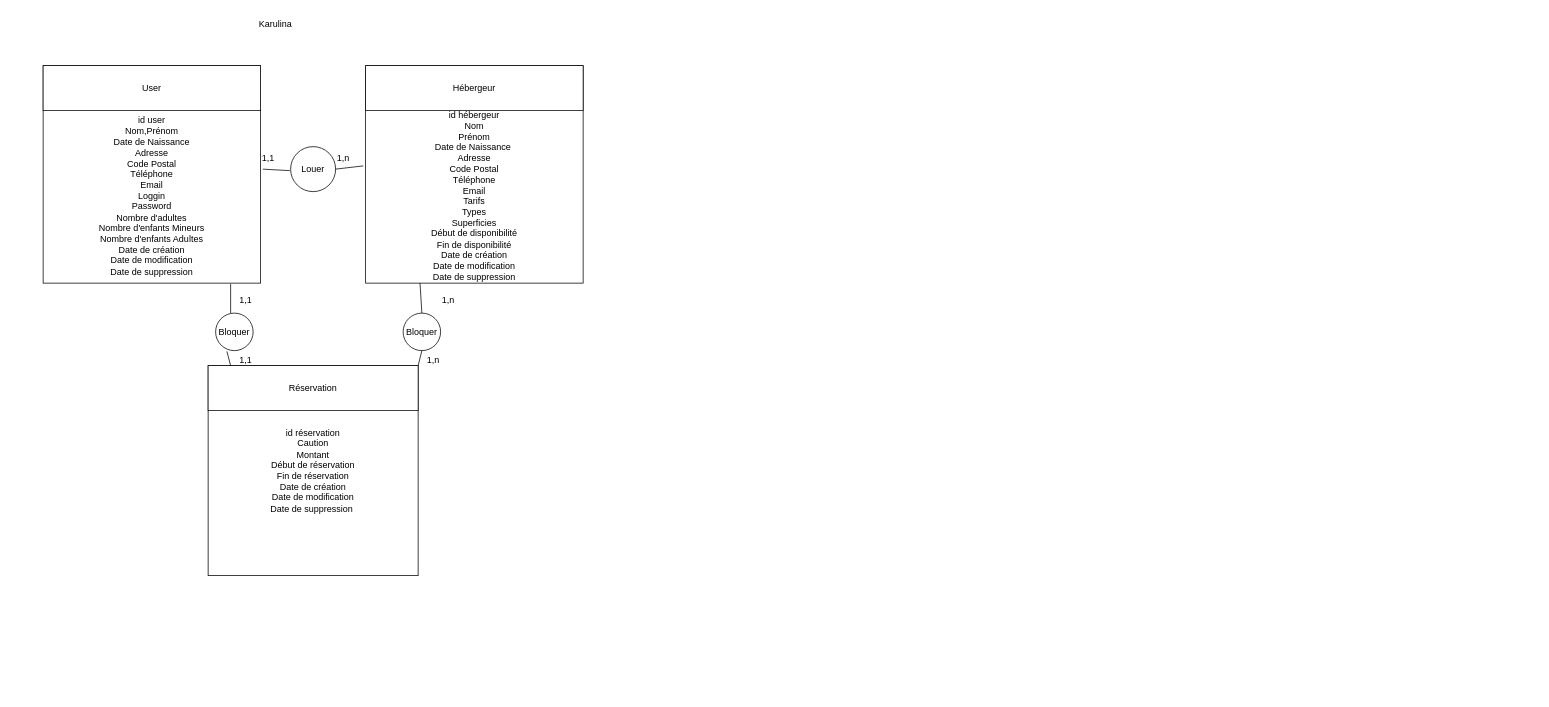
Above: Karulina.drawio in SAKYO17/fantastic-guacamole (draw.io), before the change. Source tidied: cells renumbered, new cells numbered last; positions are measured from the earlier drawing's top-left corner, leaving out a move shared by most shapes. Both pictures are drawn from the tidied source at 75%, with x=0, y=0 at pixel (43, 13).
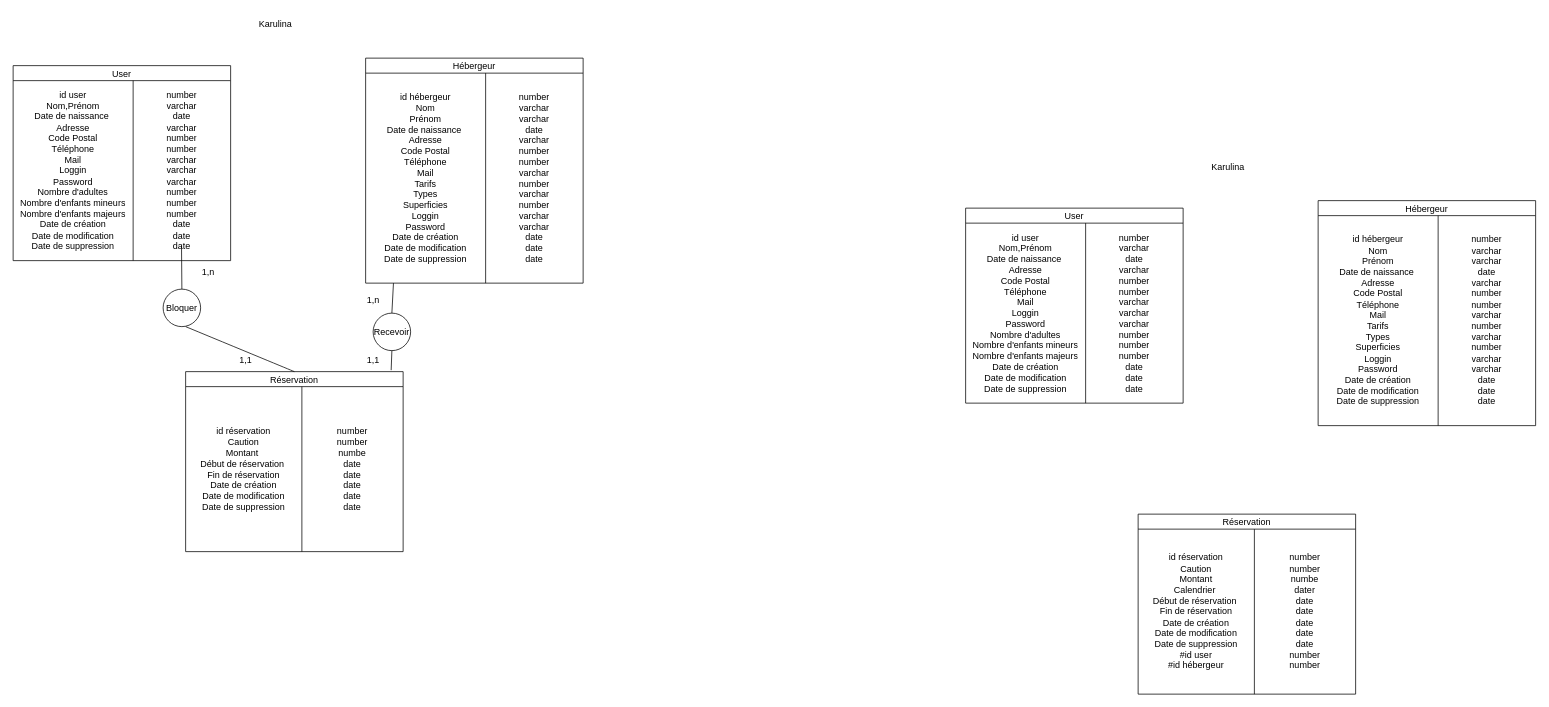
Above is the later version.

Commit message:
Mettre à jour Karulina.drawio

What changed in the source:
```diff
@@
-    <mxCell id="2" value="&lt;div&gt;&lt;br&gt;&lt;/div&gt;&lt;div&gt;&lt;br&gt;&lt;/div&gt;&lt;div&gt;&lt;br&gt;&lt;/div&gt;&lt;div&gt;&lt;br&gt;&lt;/div&gt;id user&lt;div&gt;Nom,Prénom&lt;/div&gt;&lt;div&gt;Date de Naissance&lt;/div&gt;&lt;div&gt;Adresse&lt;/div&gt;&lt;div&gt;Code Postal&lt;/div&gt;&lt;div&gt;Téléphone&lt;/div&gt;&lt;div&gt;Email&lt;/div&gt;&lt;div&gt;Loggin&lt;/div&gt;&lt;div&gt;Password&lt;/div&gt;&lt;div&gt;Nombre d'adultes&lt;/div&gt;&lt;div&gt;Nombre d'enfants Mineurs&lt;/div&gt;&lt;div&gt;Nombre d'enfants Adultes&lt;/div&gt;&lt;div&gt;Date de création&lt;/div&gt;&lt;div&gt;Date de modification&lt;/div&gt;&lt;div&gt;Date de suppression&lt;/div&gt;" style="whiteSpace=wrap;html=1;" parent="1" vertex="1">
-      <mxGeometry y="70" width="290" height="290" as="geometry" />
-    </mxCell>
-    <mxCell id="3" value="User" style="rounded=0;whiteSpace=wrap;html=1;" parent="1" vertex="1">
-      <mxGeometry y="70" width="290" height="60" as="geometry" />
-    </mxCell>
-    <mxCell id="4" value="&lt;div&gt;&lt;br&gt;&lt;/div&gt;&lt;div&gt;&lt;br&gt;&lt;/div&gt;&lt;div&gt;&lt;br&gt;&lt;/div&gt;&lt;div&gt;&lt;br&gt;&lt;/div&gt;id hébergeur&lt;div&gt;Nom&lt;/div&gt;&lt;div&gt;Prénom&lt;/div&gt;&lt;div&gt;Date de Naissance&amp;nbsp;&lt;/div&gt;&lt;div&gt;Adresse&lt;/div&gt;&lt;div&gt;Code Postal&lt;/div&gt;&lt;div&gt;Téléphone&lt;/div&gt;&lt;div&gt;Email&lt;/div&gt;&lt;div&gt;Tarifs&lt;/div&gt;&lt;div&gt;Types&lt;br&gt;&lt;/div&gt;&lt;div&gt;Superficies&lt;/div&gt;&lt;div&gt;Début de disponibilité&lt;/div&gt;&lt;div&gt;Fin de disponibilité&lt;/div&gt;&lt;div&gt;Date de création&lt;/div&gt;&lt;div&gt;Date de modification&lt;/div&gt;&lt;div&gt;Date de suppression&lt;/div&gt;" style="whiteSpace=wrap;html=1;" parent="1" vertex="1">
-      <mxGeometry x="430" y="70" width="290" height="290" as="geometry" />
-    </mxCell>
-    <mxCell id="5" value="Hébergeur" style="rounded=0;whiteSpace=wrap;html=1;" parent="1" vertex="1">
-      <mxGeometry x="430" y="70" width="290" height="60" as="geometry" />
-    </mxCell>
-    <mxCell id="6" value="id réservation&lt;div&gt;Caution&lt;/div&gt;&lt;div&gt;Montant&lt;/div&gt;&lt;div&gt;Début de réservation&lt;/div&gt;&lt;div&gt;Fin de réservation&lt;/div&gt;&lt;div&gt;Date de création&lt;/div&gt;&lt;div&gt;Date de modification&lt;/div&gt;&lt;div&gt;Date de suppression&amp;nbsp;&lt;/div&gt;" style="whiteSpace=wrap;html=1;" parent="1" vertex="1">
-      <mxGeometry x="220" y="470" width="280" height="280" as="geometry" />
-    </mxCell>
-    <mxCell id="7" value="Réservation" style="rounded=0;whiteSpace=wrap;html=1;" parent="1" vertex="1">
-      <mxGeometry x="220" y="470" width="280" height="60" as="geometry" />
-    </mxCell>
@@
-    <mxCell id="9" value="Louer" style="ellipse;whiteSpace=wrap;html=1;" parent="1" vertex="1">
-      <mxGeometry x="330" y="178" width="60" height="60" as="geometry" />
-    </mxCell>
-    <mxCell id="10" style="endArrow=none;html=1;rounded=0;entryX=-0.011;entryY=0.461;entryDx=0;entryDy=0;entryPerimeter=0;exitX=1;exitY=0.5;exitDx=0;exitDy=0;" parent="1" edge="1" source="9" target="4">
-      <mxGeometry relative="1" as="geometry" />
-    </mxCell>
-    <mxCell id="11" style="endArrow=none;html=1;rounded=0;exitX=1.01;exitY=0.476;exitDx=0;exitDy=0;exitPerimeter=0;" parent="1" edge="1" source="2">
-      <mxGeometry relative="1" as="geometry">
-        <mxPoint x="329" y="210" as="targetPoint" />
-      </mxGeometry>
-    </mxCell>
-    <mxCell id="12" value="1,1" style="text;html=1;align=center;verticalAlign=middle;strokeColor=none;fillColor=none;" parent="1" vertex="1">
-      <mxGeometry x="280" y="178" width="40" height="30" as="geometry" />
-    </mxCell>
-    <mxCell id="13" value="1,n" style="text;html=1;align=center;verticalAlign=middle;strokeColor=none;fillColor=none;" parent="1" vertex="1">
-      <mxGeometry x="380" y="178" width="40" height="30" as="geometry" />
-    </mxCell>
     <mxCell id="14" value="Bloquer" style="ellipse;whiteSpace=wrap;html=1;" parent="1" vertex="1">
-      <mxGeometry x="230" y="400" width="50" height="50" as="geometry" />
+      <mxGeometry x="160" y="368" width="50" height="50" as="geometry" />
     </mxCell>
-    <mxCell id="15" value="Bloquer" style="ellipse;whiteSpace=wrap;html=1;" parent="1" vertex="1">
-      <mxGeometry x="480" y="400" width="50" height="50" as="geometry" />
+    <mxCell id="15" value="Recevoir" style="ellipse;whiteSpace=wrap;html=1;" parent="1" vertex="1">
+      <mxGeometry x="440" y="400" width="50" height="50" as="geometry" />
     </mxCell>
-    <mxCell id="16" style="endArrow=none;html=1;rounded=0;entryX=0.5;entryY=1;entryDx=0;entryDy=0;" parent="1" edge="1" target="15">
-      <mxGeometry relative="1" as="geometry">
-        <mxPoint x="500" y="470" as="sourcePoint" />
-      </mxGeometry>
+    <mxCell id="16" style="endArrow=none;html=1;rounded=0;entryX=0.5;entryY=1;entryDx=0;entryDy=0;exitX=0.945;exitY=-0.008;exitDx=0;exitDy=0;exitPerimeter=0;" parent="1" edge="1" source="32" target="15">
+      <mxGeometry relative="1" as="geometry" />
     </mxCell>
-    <mxCell id="17" style="endArrow=none;html=1;rounded=0;entryX=0.3;entryY=1.02;entryDx=0;entryDy=0;entryPerimeter=0;" parent="1" edge="1" target="14">
-      <mxGeometry relative="1" as="geometry">
-        <mxPoint x="250" y="470" as="sourcePoint" />
-      </mxGeometry>
-    </mxCell>
-    <mxCell id="18" style="endArrow=none;html=1;rounded=0;entryX=0.25;entryY=1;entryDx=0;entryDy=0;exitX=0.5;exitY=0;exitDx=0;exitDy=0;" parent="1" edge="1" source="15" target="4">
+    <mxCell id="18" style="endArrow=none;html=1;rounded=0;exitX=0.5;exitY=0;exitDx=0;exitDy=0;entryX=0.128;entryY=1;entryDx=0;entryDy=0;entryPerimeter=0;" parent="1" edge="1" source="15" target="29">
       <mxGeometry relative="1" as="geometry" />
     </mxCell>
-    <mxCell id="19" style="endArrow=none;html=1;rounded=0;" parent="1" edge="1">
+    <mxCell id="19" style="endArrow=none;html=1;rounded=0;exitX=0.5;exitY=0;exitDx=0;exitDy=0;" parent="1" edge="1" source="14">
       <mxGeometry relative="1" as="geometry">
-        <mxPoint x="250" y="400" as="sourcePoint" />
-        <mxPoint x="250" y="361" as="targetPoint" />
+        <mxPoint x="184.5" y="310" as="targetPoint" />
       </mxGeometry>
     </mxCell>
-    <mxCell id="20" value="1,1" style="text;html=1;align=center;verticalAlign=middle;strokeColor=none;fillColor=none;" parent="1" vertex="1">
-      <mxGeometry x="250" y="368" width="40" height="30" as="geometry" />
+    <mxCell id="20" value="1,n" style="text;html=1;align=center;verticalAlign=middle;strokeColor=none;fillColor=none;" parent="1" vertex="1">
+      <mxGeometry x="200" y="330" width="40" height="30" as="geometry" />
     </mxCell>
     <mxCell id="21" value="1,n" style="text;html=1;align=center;verticalAlign=middle;strokeColor=none;fillColor=none;" parent="1" vertex="1">
-      <mxGeometry x="520" y="368" width="40" height="30" as="geometry" />
+      <mxGeometry x="420" y="368" width="40" height="30" as="geometry" />
     </mxCell>
@@
-    <mxCell id="23" value="1,n" style="text;html=1;align=center;verticalAlign=middle;strokeColor=none;fillColor=none;" parent="1" vertex="1">
-      <mxGeometry x="500" y="448" width="40" height="30" as="geometry" />
+    <mxCell id="23" value="1,1" style="text;html=1;align=center;verticalAlign=middle;strokeColor=none;fillColor=none;" parent="1" vertex="1">
+      <mxGeometry x="420" y="448" width="40" height="30" as="geometry" />
     </mxCell>
+    <mxCell id="24" value="User" style="shape=table;startSize=20;childLayout=tableLayout;" parent="1" vertex="1">
+      <mxGeometry x="-40" y="70" width="290" height="260" as="geometry" />
+    </mxCell>
+    <mxCell id="25" style="shape=tableRow;horizontal=0;startSize=0;swimlaneHead=0;swimlaneBody=0;strokeColor=inherit;top=0;left=0;bottom=0;right=0;fillColor=none;" parent="24" vertex="1">
+      <mxGeometry y="20" width="290" height="240" as="geometry" />
+    </mxCell>
+    <mxCell id="26" value="id user&lt;div&gt;Nom,Prénom&lt;/div&gt;&lt;div&gt;Date de naissance&amp;nbsp;&lt;/div&gt;&lt;div&gt;Adresse&lt;/div&gt;&lt;div&gt;Code Postal&lt;/div&gt;&lt;div&gt;Téléphone&lt;/div&gt;&lt;div&gt;Mail&lt;/div&gt;&lt;div&gt;Loggin&lt;/div&gt;&lt;div&gt;Password&lt;/div&gt;&lt;div&gt;Nombre d'adultes&lt;/div&gt;&lt;div&gt;Nombre d'enfants mineurs&lt;/div&gt;&lt;div&gt;Nombre d'enfants majeurs&lt;/div&gt;&lt;div&gt;Date de création&lt;/div&gt;&lt;div&gt;Date de modification&lt;/div&gt;&lt;div&gt;Date de suppression&lt;/div&gt;" style="shape=partialRectangle;html=1;whiteSpace=wrap;strokeColor=inherit;overflow=hidden;fillColor=none;top=0;left=0;bottom=0;right=0;" parent="25" vertex="1">
+      <mxGeometry width="160" height="240" as="geometry" />
+    </mxCell>
+    <mxCell id="27" value="number&lt;br&gt;&lt;div&gt;varchar&lt;/div&gt;&lt;div&gt;date&lt;/div&gt;&lt;div&gt;varchar&lt;/div&gt;&lt;div&gt;number&lt;/div&gt;&lt;div&gt;number&lt;/div&gt;&lt;div&gt;varchar&lt;/div&gt;&lt;div&gt;varchar&lt;/div&gt;&lt;div&gt;varchar&lt;/div&gt;&lt;div&gt;number&lt;/div&gt;&lt;div&gt;number&lt;/div&gt;&lt;div&gt;number&lt;/div&gt;&lt;div&gt;date&lt;/div&gt;&lt;div&gt;date&lt;/div&gt;&lt;div&gt;date&lt;/div&gt;" style="shape=partialRectangle;html=1;whiteSpace=wrap;strokeColor=inherit;overflow=hidden;fillColor=none;top=0;left=0;bottom=0;right=0;" parent="25" vertex="1">
+      <mxGeometry x="160" width="130" height="240" as="geometry" />
+    </mxCell>
+    <mxCell id="28" value="Hébergeur" style="shape=table;startSize=20;childLayout=tableLayout;" parent="1" vertex="1">
+      <mxGeometry x="430" y="60" width="290" height="300" as="geometry" />
+    </mxCell>
+    <mxCell id="29" style="shape=tableRow;horizontal=0;startSize=0;swimlaneHead=0;swimlaneBody=0;strokeColor=inherit;top=0;left=0;bottom=0;right=0;fillColor=none;points=[[0,0.5],[1,0.5]];portConstraint=eastwest;" parent="28" vertex="1">
+      <mxGeometry y="20" width="290" height="280" as="geometry" />
+    </mxCell>
+    <mxCell id="30" value="id hébergeur&lt;div&gt;Nom&lt;/div&gt;&lt;div&gt;Prénom&lt;/div&gt;&lt;div&gt;Date de naissance&amp;nbsp;&lt;/div&gt;&lt;div&gt;Adresse&lt;/div&gt;&lt;div&gt;Code Postal&lt;/div&gt;&lt;div&gt;Téléphone&lt;/div&gt;&lt;div&gt;Mail&lt;/div&gt;&lt;div&gt;Tarifs&lt;/div&gt;&lt;div&gt;Types&lt;/div&gt;&lt;div&gt;Superficies&lt;/div&gt;&lt;div&gt;Loggin&lt;/div&gt;&lt;div&gt;Password&lt;/div&gt;&lt;div&gt;Date de création&lt;/div&gt;&lt;div&gt;Date de modification&lt;/div&gt;&lt;div&gt;Date de suppression&lt;/div&gt;" style="shape=partialRectangle;html=1;whiteSpace=wrap;strokeColor=inherit;overflow=hidden;fillColor=none;top=0;left=0;bottom=0;right=0;" parent="29" vertex="1">
+      <mxGeometry width="160" height="280" as="geometry" />
+    </mxCell>
+    <mxCell id="31" value="number&lt;br&gt;&lt;div&gt;varchar&lt;/div&gt;&lt;div&gt;varchar&lt;/div&gt;&lt;div&gt;date&lt;/div&gt;&lt;div&gt;varchar&lt;/div&gt;&lt;div&gt;number&lt;/div&gt;&lt;div&gt;number&lt;/div&gt;&lt;div&gt;varchar&lt;/div&gt;&lt;div&gt;number&lt;/div&gt;&lt;div&gt;varchar&lt;/div&gt;&lt;div&gt;number&lt;/div&gt;&lt;div&gt;varchar&lt;/div&gt;&lt;div&gt;varchar&lt;/div&gt;&lt;div&gt;date&lt;/div&gt;&lt;div&gt;date&lt;/div&gt;&lt;div&gt;date&lt;/div&gt;" style="shape=partialRectangle;html=1;whiteSpace=wrap;strokeColor=inherit;overflow=hidden;fillColor=none;top=0;left=0;bottom=0;right=0;" parent="29" vertex="1">
+      <mxGeometry x="160" width="130" height="280" as="geometry" />
+    </mxCell>
+    <mxCell id="32" value="Réservation" style="shape=table;startSize=20;childLayout=tableLayout;" parent="1" vertex="1">
+      <mxGeometry x="190" y="478" width="290" height="240" as="geometry" />
+    </mxCell>
+    <mxCell id="33" style="shape=tableRow;horizontal=0;startSize=0;swimlaneHead=0;swimlaneBody=0;strokeColor=inherit;top=0;left=0;bottom=0;right=0;fillColor=none;" parent="32" vertex="1">
+      <mxGeometry y="20" width="290" height="220" as="geometry" />
+    </mxCell>
+    <mxCell id="6" value="id réservation&lt;div&gt;Caution&lt;/div&gt;&lt;div&gt;Montant&amp;nbsp;&lt;/div&gt;&lt;div&gt;Début de réservation&amp;nbsp;&lt;/div&gt;&lt;div&gt;Fin de réservation&lt;/div&gt;&lt;div&gt;Date de création&lt;/div&gt;&lt;div&gt;Date de modification&lt;/div&gt;&lt;div&gt;Date de suppression&lt;/div&gt;" style="shape=partialRectangle;html=1;whiteSpace=wrap;strokeColor=inherit;overflow=hidden;fillColor=none;top=0;left=0;bottom=0;right=0;" parent="33" vertex="1">
+      <mxGeometry width="155" height="220" as="geometry" />
+    </mxCell>
+    <mxCell id="34" value="number&lt;br&gt;&lt;div&gt;number&lt;/div&gt;&lt;div&gt;numbe&lt;/div&gt;&lt;div&gt;date&lt;/div&gt;&lt;div&gt;date&lt;/div&gt;&lt;div&gt;date&lt;/div&gt;&lt;div&gt;date&lt;/div&gt;&lt;div&gt;date&lt;/div&gt;" style="shape=partialRectangle;html=1;whiteSpace=wrap;strokeColor=inherit;overflow=hidden;fillColor=none;top=0;left=0;bottom=0;right=0;" parent="33" vertex="1">
+      <mxGeometry x="155" width="135" height="220" as="geometry" />
+    </mxCell>
+    <mxCell id="35" style="endArrow=none;html=1;rounded=0;fontSize=12;startSize=8;endSize=8;curved=1;exitX=0.5;exitY=0;exitDx=0;exitDy=0;" parent="1" edge="1" source="32">
+      <mxGeometry relative="1" as="geometry">
+        <mxPoint x="190" y="418" as="targetPoint" />
+      </mxGeometry>
+    </mxCell>
+    <mxCell id="36" value="Karulina" style="text;html=1;align=center;verticalAlign=middle;whiteSpace=wrap;rounded=0;" parent="1" vertex="1">
+      <mxGeometry x="1550" y="190" width="60" height="30" as="geometry" />
+    </mxCell>
+    <mxCell id="37" value="User" style="shape=table;startSize=20;childLayout=tableLayout;" parent="1" vertex="1">
+      <mxGeometry x="1230" y="260" width="290" height="260" as="geometry" />
+    </mxCell>
+    <mxCell id="38" style="shape=tableRow;horizontal=0;startSize=0;swimlaneHead=0;swimlaneBody=0;strokeColor=inherit;top=0;left=0;bottom=0;right=0;fillColor=none;" parent="37" vertex="1">
+      <mxGeometry y="20" width="290" height="240" as="geometry" />
+    </mxCell>
+    <mxCell id="39" value="id user&lt;div&gt;Nom,Prénom&lt;/div&gt;&lt;div&gt;Date de naissance&amp;nbsp;&lt;/div&gt;&lt;div&gt;Adresse&lt;/div&gt;&lt;div&gt;Code Postal&lt;/div&gt;&lt;div&gt;Téléphone&lt;/div&gt;&lt;div&gt;Mail&lt;/div&gt;&lt;div&gt;Loggin&lt;/div&gt;&lt;div&gt;Password&lt;/div&gt;&lt;div&gt;Nombre d'adultes&lt;/div&gt;&lt;div&gt;Nombre d'enfants mineurs&lt;/div&gt;&lt;div&gt;Nombre d'enfants majeurs&lt;/div&gt;&lt;div&gt;Date de création&lt;/div&gt;&lt;div&gt;Date de modification&lt;/div&gt;&lt;div&gt;Date de suppression&lt;/div&gt;" style="shape=partialRectangle;html=1;whiteSpace=wrap;strokeColor=inherit;overflow=hidden;fillColor=none;top=0;left=0;bottom=0;right=0;" parent="38" vertex="1">
+      <mxGeometry width="160" height="240" as="geometry" />
+    </mxCell>
+    <mxCell id="40" value="number&lt;br&gt;&lt;div&gt;varchar&lt;/div&gt;&lt;div&gt;date&lt;/div&gt;&lt;div&gt;varchar&lt;/div&gt;&lt;div&gt;number&lt;/div&gt;&lt;div&gt;number&lt;/div&gt;&lt;div&gt;varchar&lt;/div&gt;&lt;div&gt;varchar&lt;/div&gt;&lt;div&gt;varchar&lt;/div&gt;&lt;div&gt;number&lt;/div&gt;&lt;div&gt;number&lt;/div&gt;&lt;div&gt;number&lt;/div&gt;&lt;div&gt;date&lt;/div&gt;&lt;div&gt;date&lt;/div&gt;&lt;div&gt;date&lt;/div&gt;" style="shape=partialRectangle;html=1;whiteSpace=wrap;strokeColor=inherit;overflow=hidden;fillColor=none;top=0;left=0;bottom=0;right=0;" parent="38" vertex="1">
+      <mxGeometry x="160" width="130" height="240" as="geometry" />
+    </mxCell>
+    <mxCell id="41" value="Hébergeur" style="shape=table;startSize=20;childLayout=tableLayout;" parent="1" vertex="1">
+      <mxGeometry x="1700" y="250" width="290" height="300" as="geometry" />
+    </mxCell>
+    <mxCell id="42" style="shape=tableRow;horizontal=0;startSize=0;swimlaneHead=0;swimlaneBody=0;strokeColor=inherit;top=0;left=0;bottom=0;right=0;fillColor=none;" parent="41" vertex="1">
+      <mxGeometry y="20" width="290" height="280" as="geometry" />
+    </mxCell>
+    <mxCell id="43" value="id hébergeur&lt;div&gt;Nom&lt;/div&gt;&lt;div&gt;Prénom&lt;/div&gt;&lt;div&gt;Date de naissance&amp;nbsp;&lt;/div&gt;&lt;div&gt;Adresse&lt;/div&gt;&lt;div&gt;Code Postal&lt;/div&gt;&lt;div&gt;Téléphone&lt;/div&gt;&lt;div&gt;Mail&lt;/div&gt;&lt;div&gt;Tarifs&lt;/div&gt;&lt;div&gt;Types&lt;/div&gt;&lt;div&gt;Superficies&lt;/div&gt;&lt;div&gt;Loggin&lt;/div&gt;&lt;div&gt;Password&lt;/div&gt;&lt;div&gt;Date de création&lt;/div&gt;&lt;div&gt;Date de modification&lt;/div&gt;&lt;div&gt;Date de suppression&lt;/div&gt;" style="shape=partialRectangle;html=1;whiteSpace=wrap;strokeColor=inherit;overflow=hidden;fillColor=none;top=0;left=0;bottom=0;right=0;" parent="42" vertex="1">
+      <mxGeometry width="160" height="280" as="geometry" />
+    </mxCell>
+    <mxCell id="44" value="number&lt;br&gt;&lt;div&gt;varchar&lt;/div&gt;&lt;div&gt;varchar&lt;/div&gt;&lt;div&gt;date&lt;/div&gt;&lt;div&gt;varchar&lt;/div&gt;&lt;div&gt;number&lt;/div&gt;&lt;div&gt;number&lt;/div&gt;&lt;div&gt;varchar&lt;/div&gt;&lt;div&gt;number&lt;/div&gt;&lt;div&gt;varchar&lt;/div&gt;&lt;div&gt;number&lt;/div&gt;&lt;div&gt;varchar&lt;/div&gt;&lt;div&gt;varchar&lt;/div&gt;&lt;div&gt;date&lt;/div&gt;&lt;div&gt;date&lt;/div&gt;&lt;div&gt;date&lt;/div&gt;" style="shape=partialRectangle;html=1;whiteSpace=wrap;strokeColor=inherit;overflow=hidden;fillColor=none;top=0;left=0;bottom=0;right=0;" parent="42" vertex="1">
+      <mxGeometry x="160" width="130" height="280" as="geometry" />
+    </mxCell>
+    <mxCell id="45" value="Réservation" style="shape=table;startSize=20;childLayout=tableLayout;" parent="1" vertex="1">
+      <mxGeometry x="1460" y="668" width="290" height="240" as="geometry" />
+    </mxCell>
+    <mxCell id="46" style="shape=tableRow;horizontal=0;startSize=0;swimlaneHead=0;swimlaneBody=0;strokeColor=inherit;top=0;left=0;bottom=0;right=0;fillColor=none;" parent="45" vertex="1">
+      <mxGeometry y="20" width="290" height="220" as="geometry" />
+    </mxCell>
+    <mxCell id="47" value="id réservation&lt;div&gt;Caution&lt;/div&gt;&lt;div&gt;Montant&lt;/div&gt;&lt;div&gt;Calendrier&amp;nbsp;&lt;/div&gt;&lt;div&gt;Début de réservation&amp;nbsp;&lt;/div&gt;&lt;div&gt;Fin de réservation&lt;/div&gt;&lt;div&gt;Date de création&lt;/div&gt;&lt;div&gt;Date de modification&lt;/div&gt;&lt;div&gt;Date de suppression&lt;/div&gt;&lt;div&gt;#id user&lt;/div&gt;&lt;div&gt;#id hébergeur&lt;/div&gt;" style="shape=partialRectangle;html=1;whiteSpace=wrap;strokeColor=inherit;overflow=hidden;fillColor=none;top=0;left=0;bottom=0;right=0;" parent="46" vertex="1">
+      <mxGeometry width="155" height="220" as="geometry" />
+    </mxCell>
+    <mxCell id="48" value="number&lt;br&gt;&lt;div&gt;number&lt;/div&gt;&lt;div&gt;numbe&lt;/div&gt;&lt;div&gt;dater&lt;/div&gt;&lt;div&gt;date&lt;/div&gt;&lt;div&gt;date&lt;/div&gt;&lt;div&gt;date&lt;/div&gt;&lt;div&gt;date&lt;/div&gt;&lt;div&gt;date&lt;/div&gt;&lt;div&gt;number&lt;/div&gt;&lt;div&gt;number&lt;/div&gt;" style="shape=partialRectangle;html=1;whiteSpace=wrap;strokeColor=inherit;overflow=hidden;fillColor=none;top=0;left=0;bottom=0;right=0;" parent="46" vertex="1">
+      <mxGeometry x="155" width="135" height="220" as="geometry" />
+    </mxCell>
```
